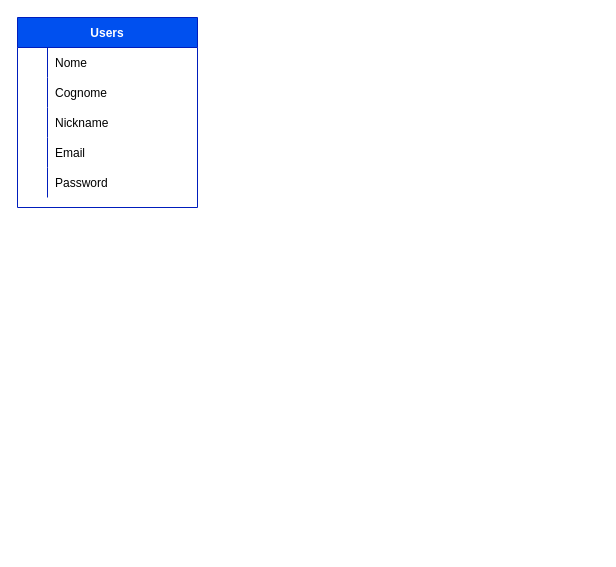
This is bonus/database.drawio from marcocaffarelli/php-oop-2, a draw.io file, before an edit. Source tidied: cells renumbered, new cells numbered last; positions are measured from the earlier drawing's top-left corner, leaving out a move shared by most shapes. Both pictures are drawn from the tidied source at 100%, with x=0, y=0 at pixel (17, 17).
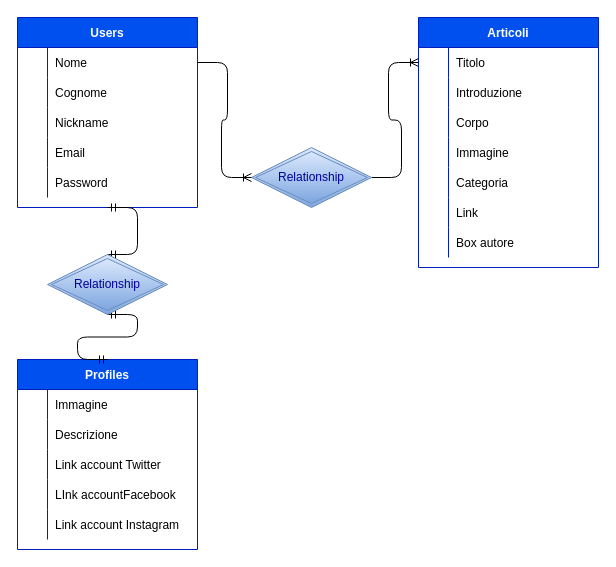
The same diagram, later.

Unchanged cells that the change refers to:
```xml
<mxCell id="2" value="Users" style="shape=table;startSize=30;childLayout=tableLayout;rowLines=0;fontStyle=1;align=center;fillColor=#0050ef;strokeColor=#001DBC;fontColor=#ffffff;" parent="1" vertex="1">
  <mxGeometry width="180" height="190" as="geometry" />
</mxCell>
<mxCell id="3" style="shape=partialRectangle;fillColor=none;top=0;left=0;bottom=0;right=0;points=[[0,0.5],[1,0.5]];portConstraint=eastwest;" parent="2" vertex="1">
  <mxGeometry y="30" width="180" height="30" as="geometry" />
</mxCell>
```

Diff of the diagram source:
```diff
@@
+    <mxCell id="18" value="Profiles" style="shape=table;startSize=30;childLayout=tableLayout;rowLines=0;fontStyle=1;align=center;fillColor=#0050ef;strokeColor=#001DBC;fontColor=#ffffff;" parent="1" vertex="1">
+      <mxGeometry y="342" width="180" height="190" as="geometry" />
+    </mxCell>
+    <mxCell id="19" style="shape=partialRectangle;fillColor=none;top=0;left=0;bottom=0;right=0;" parent="18" vertex="1">
+      <mxGeometry y="30" width="180" height="30" as="geometry" />
+    </mxCell>
+    <mxCell id="20" style="shape=partialRectangle;fillColor=none;top=0;left=0;bottom=0;right=0;overflow=hidden;" parent="19" vertex="1">
+      <mxGeometry width="30" height="30" as="geometry" />
+    </mxCell>
+    <mxCell id="21" value="Immagine" style="shape=partialRectangle;fillColor=none;top=0;left=0;bottom=0;right=0;align=left;spacingLeft=6;overflow=hidden;" parent="19" vertex="1">
+      <mxGeometry x="30" width="150" height="30" as="geometry" />
+    </mxCell>
+    <mxCell id="22" style="shape=partialRectangle;fillColor=none;top=0;left=0;bottom=0;right=0;" parent="18" vertex="1">
+      <mxGeometry y="60" width="180" height="30" as="geometry" />
+    </mxCell>
+    <mxCell id="23" style="shape=partialRectangle;fillColor=none;top=0;left=0;bottom=0;right=0;overflow=hidden;" parent="22" vertex="1">
+      <mxGeometry width="30" height="30" as="geometry" />
+    </mxCell>
+    <mxCell id="24" value="Descrizione" style="shape=partialRectangle;fillColor=none;top=0;left=0;bottom=0;right=0;align=left;spacingLeft=6;overflow=hidden;" parent="22" vertex="1">
+      <mxGeometry x="30" width="150" height="30" as="geometry" />
+    </mxCell>
+    <mxCell id="25" style="shape=partialRectangle;fillColor=none;top=0;left=0;bottom=0;right=0;" parent="18" vertex="1">
+      <mxGeometry y="90" width="180" height="30" as="geometry" />
+    </mxCell>
+    <mxCell id="26" style="shape=partialRectangle;fillColor=none;top=0;left=0;bottom=0;right=0;overflow=hidden;" parent="25" vertex="1">
+      <mxGeometry width="30" height="30" as="geometry" />
+    </mxCell>
+    <mxCell id="27" value="Link account Twitter" style="shape=partialRectangle;fillColor=none;top=0;left=0;bottom=0;right=0;align=left;spacingLeft=6;overflow=hidden;" parent="25" vertex="1">
+      <mxGeometry x="30" width="150" height="30" as="geometry" />
+    </mxCell>
+    <mxCell id="28" style="shape=partialRectangle;fillColor=none;top=0;left=0;bottom=0;right=0;" parent="18" vertex="1">
+      <mxGeometry y="120" width="180" height="30" as="geometry" />
+    </mxCell>
+    <mxCell id="29" style="shape=partialRectangle;fillColor=none;top=0;left=0;bottom=0;right=0;overflow=hidden;" parent="28" vertex="1">
+      <mxGeometry width="30" height="30" as="geometry" />
+    </mxCell>
+    <mxCell id="30" value="LInk accountFacebook" style="shape=partialRectangle;fillColor=none;top=0;left=0;bottom=0;right=0;align=left;spacingLeft=6;overflow=hidden;" parent="28" vertex="1">
+      <mxGeometry x="30" width="150" height="30" as="geometry" />
+    </mxCell>
+    <mxCell id="31" style="shape=partialRectangle;fillColor=none;top=0;left=0;bottom=0;right=0;" parent="18" vertex="1">
+      <mxGeometry y="150" width="180" height="30" as="geometry" />
+    </mxCell>
+    <mxCell id="32" style="shape=partialRectangle;fillColor=none;top=0;left=0;bottom=0;right=0;overflow=hidden;" parent="31" vertex="1">
+      <mxGeometry width="30" height="30" as="geometry" />
+    </mxCell>
+    <mxCell id="33" value="Link account Instagram" style="shape=partialRectangle;fillColor=none;top=0;left=0;bottom=0;right=0;align=left;spacingLeft=6;overflow=hidden;" parent="31" vertex="1">
+      <mxGeometry x="30" width="150" height="30" as="geometry" />
+    </mxCell>
+    <mxCell id="34" value="Articoli" style="shape=table;startSize=30;childLayout=tableLayout;rowLines=0;fontStyle=1;align=center;fillColor=#0050ef;strokeColor=#001DBC;fontColor=#ffffff;" parent="1" vertex="1">
+      <mxGeometry x="401" width="180" height="250" as="geometry" />
+    </mxCell>
+    <mxCell id="35" style="shape=partialRectangle;fillColor=none;top=0;left=0;bottom=0;right=0;points=[[0,0.5],[1,0.5]];portConstraint=eastwest;" parent="34" vertex="1">
+      <mxGeometry y="30" width="180" height="30" as="geometry" />
+    </mxCell>
+    <mxCell id="36" style="shape=partialRectangle;fillColor=none;top=0;left=0;bottom=0;right=0;overflow=hidden;" parent="35" vertex="1">
+      <mxGeometry width="30" height="30" as="geometry" />
+    </mxCell>
+    <mxCell id="37" value="Titolo" style="shape=partialRectangle;fillColor=none;top=0;left=0;bottom=0;right=0;align=left;spacingLeft=6;overflow=hidden;" parent="35" vertex="1">
+      <mxGeometry x="30" width="150" height="30" as="geometry" />
+    </mxCell>
+    <mxCell id="38" style="shape=partialRectangle;fillColor=none;top=0;left=0;bottom=0;right=0;" parent="34" vertex="1">
+      <mxGeometry y="60" width="180" height="30" as="geometry" />
+    </mxCell>
+    <mxCell id="39" style="shape=partialRectangle;fillColor=none;top=0;left=0;bottom=0;right=0;overflow=hidden;" parent="38" vertex="1">
+      <mxGeometry width="30" height="30" as="geometry" />
+    </mxCell>
+    <mxCell id="40" value="Introduzione" style="shape=partialRectangle;fillColor=none;top=0;left=0;bottom=0;right=0;align=left;spacingLeft=6;overflow=hidden;" parent="38" vertex="1">
+      <mxGeometry x="30" width="150" height="30" as="geometry" />
+    </mxCell>
+    <mxCell id="41" style="shape=partialRectangle;fillColor=none;top=0;left=0;bottom=0;right=0;" parent="34" vertex="1">
+      <mxGeometry y="90" width="180" height="30" as="geometry" />
+    </mxCell>
+    <mxCell id="42" style="shape=partialRectangle;fillColor=none;top=0;left=0;bottom=0;right=0;overflow=hidden;" parent="41" vertex="1">
+      <mxGeometry width="30" height="30" as="geometry" />
+    </mxCell>
+    <mxCell id="43" value="Corpo" style="shape=partialRectangle;fillColor=none;top=0;left=0;bottom=0;right=0;align=left;spacingLeft=6;overflow=hidden;" parent="41" vertex="1">
+      <mxGeometry x="30" width="150" height="30" as="geometry" />
+    </mxCell>
+    <mxCell id="44" style="shape=partialRectangle;fillColor=none;top=0;left=0;bottom=0;right=0;" parent="34" vertex="1">
+      <mxGeometry y="120" width="180" height="30" as="geometry" />
+    </mxCell>
+    <mxCell id="45" style="shape=partialRectangle;fillColor=none;top=0;left=0;bottom=0;right=0;overflow=hidden;" parent="44" vertex="1">
+      <mxGeometry width="30" height="30" as="geometry" />
+    </mxCell>
+    <mxCell id="46" value="Immagine" style="shape=partialRectangle;fillColor=none;top=0;left=0;bottom=0;right=0;align=left;spacingLeft=6;overflow=hidden;" parent="44" vertex="1">
+      <mxGeometry x="30" width="150" height="30" as="geometry" />
+    </mxCell>
+    <mxCell id="47" style="shape=partialRectangle;fillColor=none;top=0;left=0;bottom=0;right=0;" parent="34" vertex="1">
+      <mxGeometry y="150" width="180" height="30" as="geometry" />
+    </mxCell>
+    <mxCell id="48" style="shape=partialRectangle;fillColor=none;top=0;left=0;bottom=0;right=0;overflow=hidden;" parent="47" vertex="1">
+      <mxGeometry width="30" height="30" as="geometry" />
+    </mxCell>
+    <mxCell id="49" value="Categoria" style="shape=partialRectangle;fillColor=none;top=0;left=0;bottom=0;right=0;align=left;spacingLeft=6;overflow=hidden;" parent="47" vertex="1">
+      <mxGeometry x="30" width="150" height="30" as="geometry" />
+    </mxCell>
+    <mxCell id="50" style="shape=partialRectangle;fillColor=none;top=0;left=0;bottom=0;right=0;" parent="34" vertex="1">
+      <mxGeometry y="180" width="180" height="30" as="geometry" />
+    </mxCell>
+    <mxCell id="51" style="shape=partialRectangle;fillColor=none;top=0;left=0;bottom=0;right=0;overflow=hidden;" parent="50" vertex="1">
+      <mxGeometry width="30" height="30" as="geometry" />
+    </mxCell>
+    <mxCell id="52" value="Link" style="shape=partialRectangle;fillColor=none;top=0;left=0;bottom=0;right=0;align=left;spacingLeft=6;overflow=hidden;" parent="50" vertex="1">
+      <mxGeometry x="30" width="150" height="30" as="geometry" />
+    </mxCell>
+    <mxCell id="53" style="shape=partialRectangle;fillColor=none;top=0;left=0;bottom=0;right=0;" parent="34" vertex="1">
+      <mxGeometry y="210" width="180" height="30" as="geometry" />
+    </mxCell>
+    <mxCell id="54" style="shape=partialRectangle;fillColor=none;top=0;left=0;bottom=0;right=0;overflow=hidden;" parent="53" vertex="1">
+      <mxGeometry width="30" height="30" as="geometry" />
+    </mxCell>
+    <mxCell id="55" value="Box autore" style="shape=partialRectangle;fillColor=none;top=0;left=0;bottom=0;right=0;align=left;spacingLeft=6;overflow=hidden;" parent="53" vertex="1">
+      <mxGeometry x="30" width="150" height="30" as="geometry" />
+    </mxCell>
+    <mxCell id="56" style="edgeStyle=entityRelationEdgeStyle;fontSize=12;html=1;endArrow=ERoneToMany;entryX=0;entryY=0.5;entryDx=0;entryDy=0;exitX=1;exitY=0.5;exitDx=0;exitDy=0;" parent="1" edge="1" source="57" target="35">
+      <mxGeometry relative="1" as="geometry" />
+    </mxCell>
+    <mxCell id="57" value="&lt;font color=&quot;#000099&quot;&gt;Relationship&lt;/font&gt;" style="shape=rhombus;double=1;perimeter=rhombusPerimeter;whiteSpace=wrap;html=1;align=center;fillColor=#dae8fc;gradientColor=#7ea6e0;strokeColor=#6c8ebf;" parent="1" vertex="1">
+      <mxGeometry x="234" y="130" width="120" height="60" as="geometry" />
+    </mxCell>
+    <mxCell id="58" style="edgeStyle=entityRelationEdgeStyle;fontSize=12;html=1;endArrow=ERoneToMany;entryX=0;entryY=0.5;entryDx=0;entryDy=0;exitX=1;exitY=0.5;exitDx=0;exitDy=0;" parent="1" edge="1" source="3" target="57">
+      <mxGeometry relative="1" as="geometry" />
+    </mxCell>
+    <mxCell id="59" style="edgeStyle=entityRelationEdgeStyle;fontSize=12;html=1;endArrow=ERmandOne;startArrow=ERmandOne;entryX=0.5;entryY=1;entryDx=0;entryDy=0;exitX=0.5;exitY=0;exitDx=0;exitDy=0;" parent="1" edge="1" source="18" target="61">
+      <mxGeometry relative="1" as="geometry" />
+    </mxCell>
+    <mxCell id="60" style="edgeStyle=entityRelationEdgeStyle;fontSize=12;html=1;endArrow=ERmandOne;startArrow=ERmandOne;entryX=0.5;entryY=1;entryDx=0;entryDy=0;exitX=0.5;exitY=0;exitDx=0;exitDy=0;" parent="1" edge="1" source="61" target="2">
+      <mxGeometry relative="1" as="geometry" />
+    </mxCell>
+    <mxCell id="61" value="&lt;font color=&quot;#000099&quot;&gt;Relationship&lt;/font&gt;" style="shape=rhombus;double=1;perimeter=rhombusPerimeter;whiteSpace=wrap;html=1;align=center;fillColor=#dae8fc;gradientColor=#7ea6e0;strokeColor=#6c8ebf;" parent="1" vertex="1">
+      <mxGeometry x="30" y="237" width="120" height="60" as="geometry" />
+    </mxCell>
```
